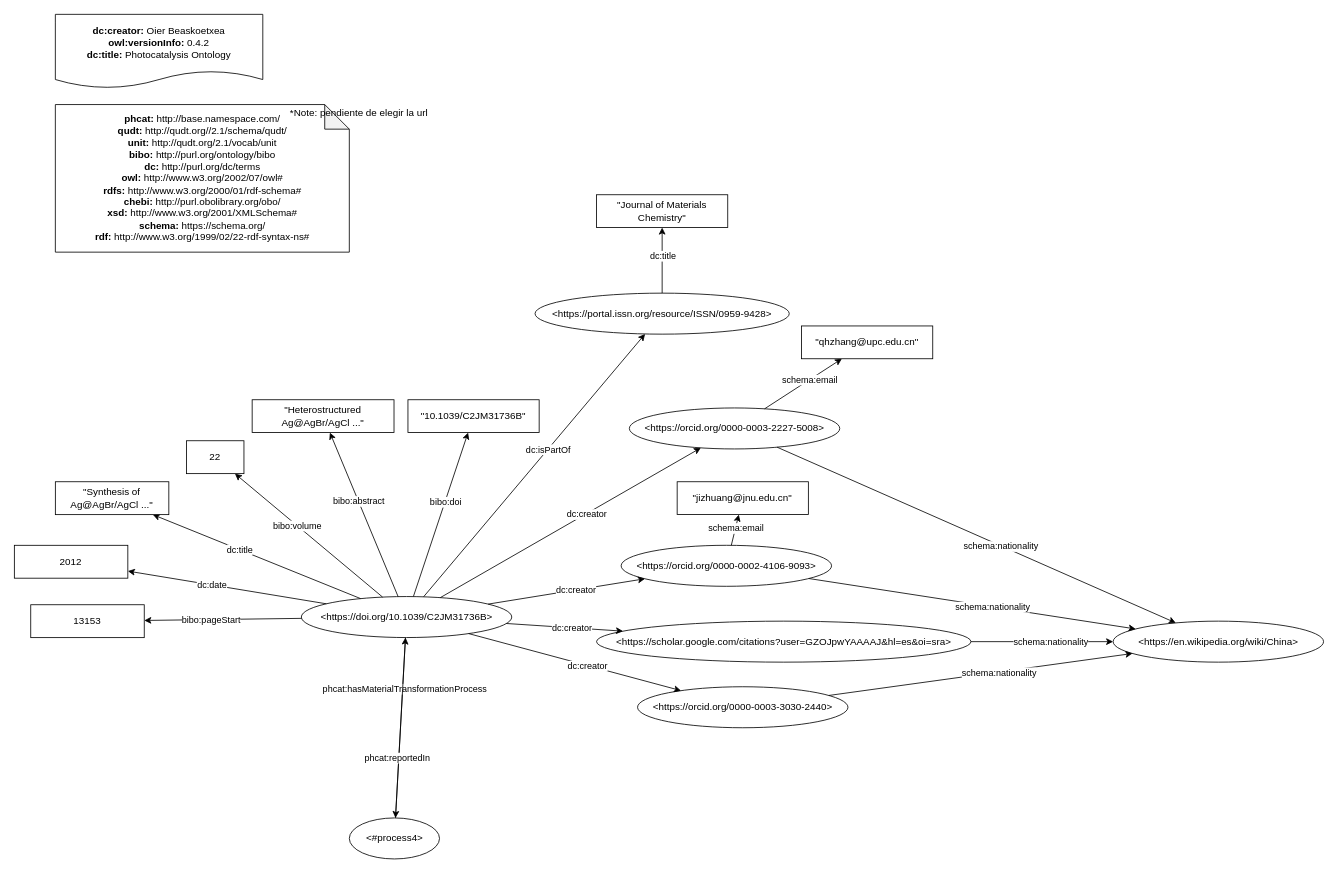
Before: page "Ejemplo-article" (1 of 7) of examples/photocatalysis-ontology-example.drawio in SolarChem/solarchem-ontology, a draw.io diagram. Source tidied: cells renumbered, new cells numbered last; positions are measured from the earlier drawing's top-left corner, leaving out a move shared by most shapes. Both pictures are drawn from the tidied source at 82%, with x=0, y=0 at pixel (14, 14).
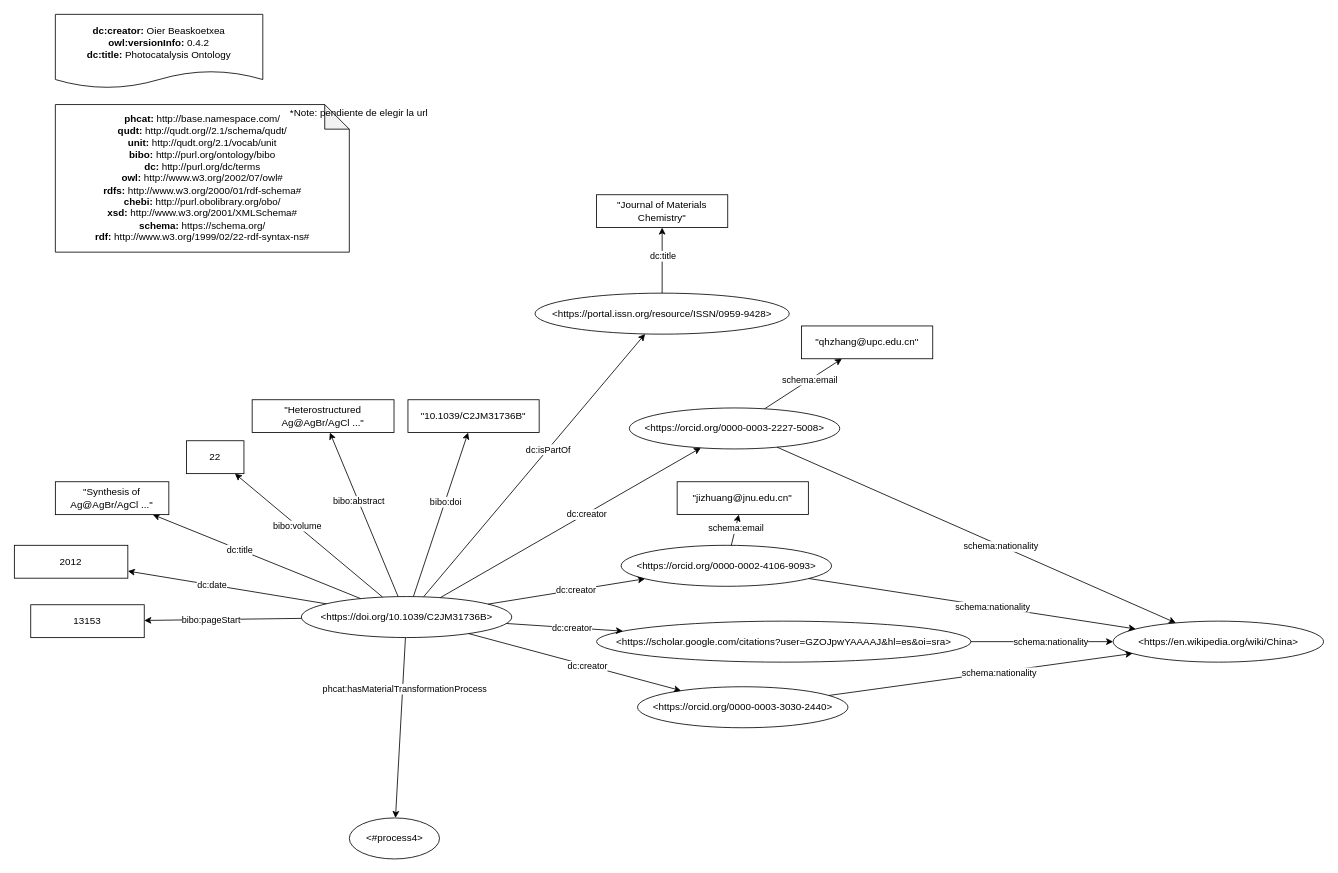
The same diagram, later.

Unchanged cells that the change refers to:
```xml
<mxCell id="11" value="&amp;lt;https://doi.org/10.1039/C2JM31736B&amp;gt;" style="ellipse;whiteSpace=wrap;html=1;fillColor=default;" parent="1" vertex="1">
  <mxGeometry x="350" y="710" width="256.6" height="50" as="geometry" />
</mxCell>
<mxCell id="36" value="&amp;lt;#process4&amp;gt;" style="ellipse;whiteSpace=wrap;html=1;fillColor=default;" parent="1" vertex="1">
  <mxGeometry x="408.5" y="980" width="110" height="50" as="geometry" />
</mxCell>
```

Diff of the diagram source:
```diff
@@
-    <mxCell id="34" style="edgeStyle=none;html=1;" parent="1" edge="1" source="36" target="11">
-      <mxGeometry relative="1" as="geometry" />
-    </mxCell>
-    <mxCell id="35" value="phcat:reportedIn" style="edgeLabel;html=1;align=center;verticalAlign=middle;" parent="34" vertex="1">
-      <mxGeometry x="-0.33" y="2" relative="1" as="geometry" />
-    </mxCell>
```
